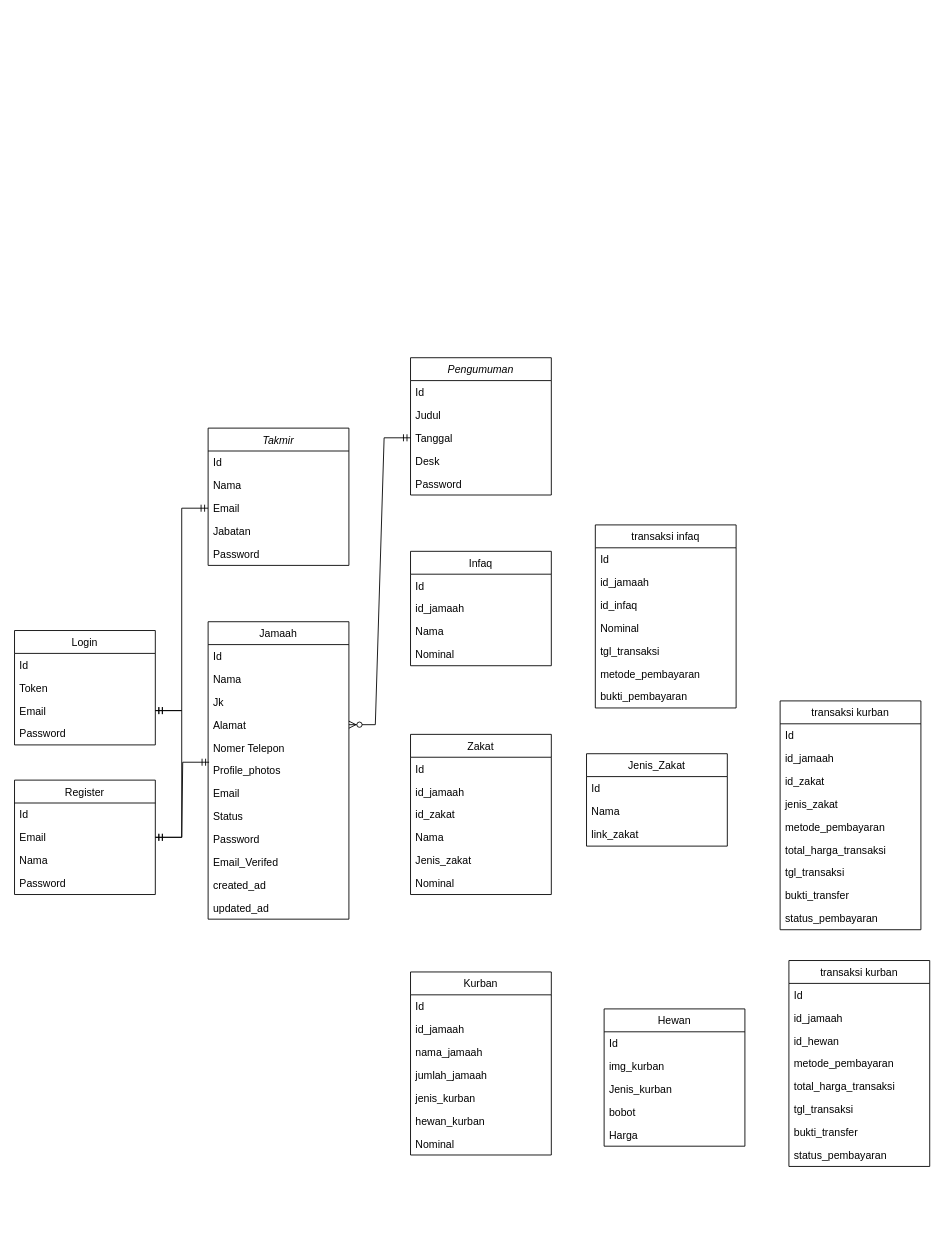
The draw.io diagram diagramMasjid.drawio in yudhawahyup27/Data, before the edit. Source tidied: cells renumbered, new cells numbered last; positions are measured from the earlier drawing's top-left corner, leaving out a move shared by most shapes. Both pictures are drawn from the tidied source at 88%, with x=0, y=0 at pixel (14, 357).
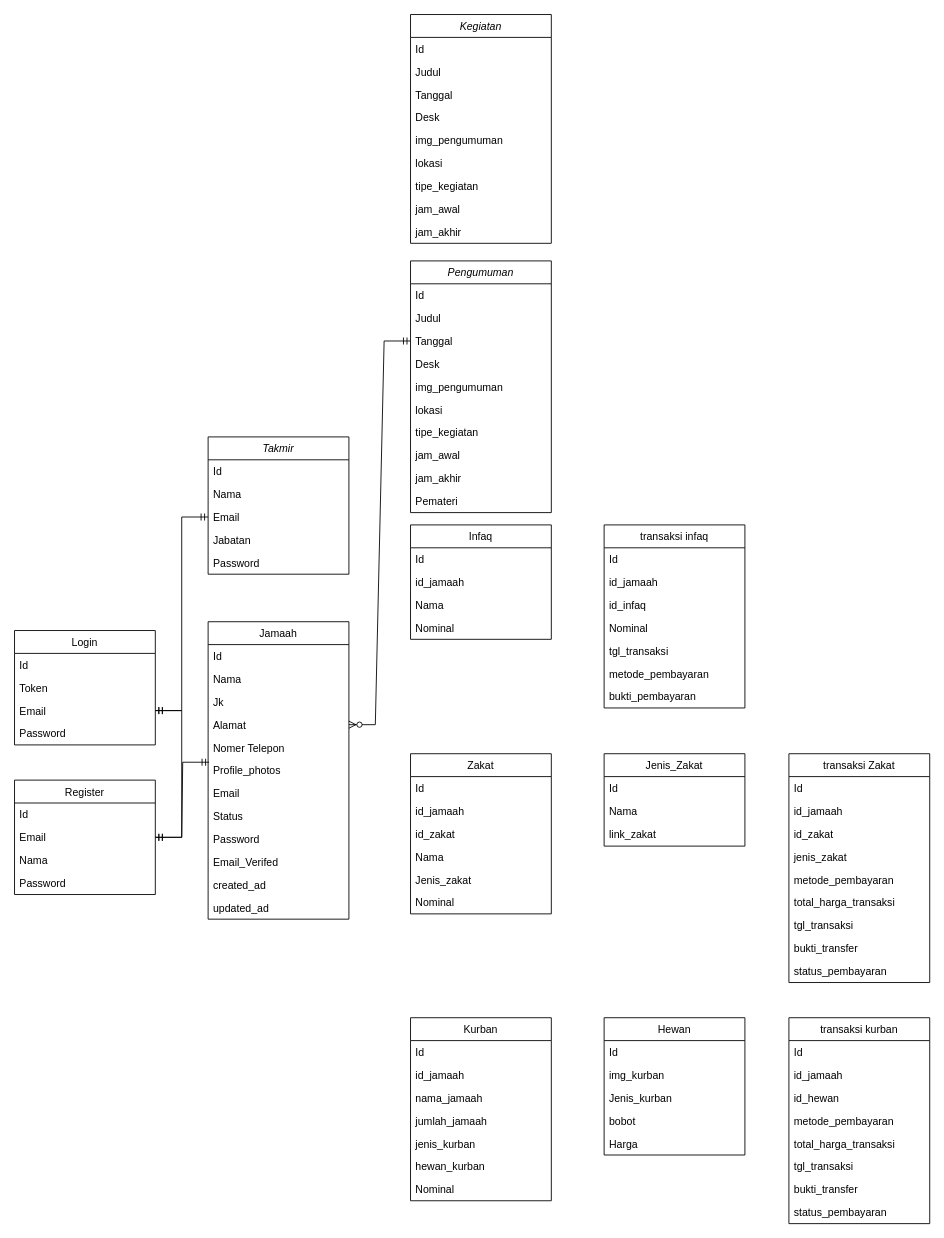
The same diagram, later.

The edit, as a diff of the source:
```diff
@@
     <mxCell id="2" value="Takmir" style="swimlane;fontStyle=2;align=center;verticalAlign=top;horizontal=1;startSize=26;rounded=0;shadow=0;strokeWidth=1;" parent="1" vertex="1">
-      <mxGeometry x="220" y="80" width="160" height="156" as="geometry" />
+      <mxGeometry x="220" y="90" width="160" height="156" as="geometry" />
     </mxCell>
@@
     <mxCell id="21" value="Infaq" style="swimlane;fontStyle=0;align=center;verticalAlign=top;horizontal=1;startSize=26;rounded=0;shadow=0;strokeWidth=1;" parent="1" vertex="1">
-      <mxGeometry x="450" y="220" width="160" height="130" as="geometry" />
+      <mxGeometry x="450" y="190" width="160" height="130" as="geometry" />
     </mxCell>
@@
     <mxCell id="26" value="Zakat" style="swimlane;fontStyle=0;align=center;verticalAlign=top;horizontal=1;startSize=26;rounded=0;shadow=0;strokeWidth=1;" parent="1" vertex="1">
-      <mxGeometry x="450" y="428" width="160" height="182" as="geometry" />
+      <mxGeometry x="450" y="450" width="160" height="182" as="geometry" />
     </mxCell>
@@
     <mxCell id="43" value="Jenis_Zakat" style="swimlane;fontStyle=0;align=center;verticalAlign=top;horizontal=1;startSize=26;rounded=0;shadow=0;strokeWidth=1;" parent="1" vertex="1">
-      <mxGeometry x="650" y="450" width="160" height="105" as="geometry" />
+      <mxGeometry x="670" y="450" width="160" height="105" as="geometry" />
     </mxCell>
@@
     <mxCell id="47" value="Kurban&#10;" style="swimlane;fontStyle=0;align=center;verticalAlign=top;horizontal=1;startSize=26;rounded=0;shadow=0;strokeWidth=1;" parent="1" vertex="1">
-      <mxGeometry x="450" y="698" width="160" height="208" as="geometry" />
+      <mxGeometry x="450" y="750" width="160" height="208" as="geometry" />
     </mxCell>
@@
     <mxCell id="55" value="Pengumuman" style="swimlane;fontStyle=2;align=center;verticalAlign=top;horizontal=1;startSize=26;rounded=0;shadow=0;strokeWidth=1;" parent="1" vertex="1">
-      <mxGeometry x="450" width="160" height="156" as="geometry" />
+      <mxGeometry x="450" y="-110" width="160" height="286" as="geometry" />
     </mxCell>
@@
-    <mxCell id="60" value="Password" style="text;align=left;verticalAlign=top;spacingLeft=4;spacingRight=4;overflow=hidden;rounded=0;shadow=0;html=0;" parent="55" vertex="1">
+    <mxCell id="60" value="img_pengumuman" style="text;align=left;verticalAlign=top;spacingLeft=4;spacingRight=4;overflow=hidden;rounded=0;shadow=0;html=0;" parent="55" vertex="1">
       <mxGeometry y="130" width="160" height="26" as="geometry" />
     </mxCell>
+    <mxCell id="98" value="lokasi" style="text;align=left;verticalAlign=top;spacingLeft=4;spacingRight=4;overflow=hidden;rounded=0;shadow=0;html=0;" parent="55" vertex="1">
+      <mxGeometry y="156" width="160" height="26" as="geometry" />
+    </mxCell>
+    <mxCell id="99" value="tipe_kegiatan" style="text;align=left;verticalAlign=top;spacingLeft=4;spacingRight=4;overflow=hidden;rounded=0;shadow=0;html=0;" parent="55" vertex="1">
+      <mxGeometry y="182" width="160" height="26" as="geometry" />
+    </mxCell>
+    <mxCell id="100" value="jam_awal" style="text;align=left;verticalAlign=top;spacingLeft=4;spacingRight=4;overflow=hidden;rounded=0;shadow=0;html=0;" parent="55" vertex="1">
+      <mxGeometry y="208" width="160" height="26" as="geometry" />
+    </mxCell>
+    <mxCell id="101" value="jam_akhir" style="text;align=left;verticalAlign=top;spacingLeft=4;spacingRight=4;overflow=hidden;rounded=0;shadow=0;html=0;" parent="55" vertex="1">
+      <mxGeometry y="234" width="160" height="26" as="geometry" />
+    </mxCell>
+    <mxCell id="102" value="Pemateri" style="text;align=left;verticalAlign=top;spacingLeft=4;spacingRight=4;overflow=hidden;rounded=0;shadow=0;html=0;" parent="55" vertex="1">
+      <mxGeometry y="260" width="160" height="26" as="geometry" />
+    </mxCell>
     <mxCell id="61" value="Hewan" style="swimlane;fontStyle=0;align=center;verticalAlign=top;horizontal=1;startSize=26;rounded=0;shadow=0;strokeWidth=1;" parent="1" vertex="1">
-      <mxGeometry x="670" y="740" width="160" height="156" as="geometry" />
+      <mxGeometry x="670" y="750" width="160" height="156" as="geometry" />
     </mxCell>
@@
     <mxCell id="67" value="transaksi kurban" style="swimlane;fontStyle=0;align=center;verticalAlign=top;horizontal=1;startSize=26;rounded=0;shadow=0;strokeWidth=1;" parent="1" vertex="1">
-      <mxGeometry x="880" y="685" width="160" height="234" as="geometry" />
+      <mxGeometry x="880" y="750" width="160" height="234" as="geometry" />
     </mxCell>
@@
-    <mxCell id="76" value="transaksi kurban" style="swimlane;fontStyle=0;align=center;verticalAlign=top;horizontal=1;startSize=26;rounded=0;shadow=0;strokeWidth=1;" parent="1" vertex="1">
-      <mxGeometry x="870" y="390" width="160" height="260" as="geometry" />
+    <mxCell id="76" value="transaksi Zakat&#10;" style="swimlane;fontStyle=0;align=center;verticalAlign=top;horizontal=1;startSize=26;rounded=0;shadow=0;strokeWidth=1;" parent="1" vertex="1">
+      <mxGeometry x="880" y="450" width="160" height="260" as="geometry" />
     </mxCell>
@@
     <mxCell id="90" value="transaksi infaq" style="swimlane;fontStyle=0;align=center;verticalAlign=top;horizontal=1;startSize=26;rounded=0;shadow=0;strokeWidth=1;" parent="1" vertex="1">
-      <mxGeometry x="660" y="190" width="160" height="208" as="geometry" />
+      <mxGeometry x="670" y="190" width="160" height="208" as="geometry" />
     </mxCell>
@@
+    <mxCell id="103" value="Kegiatan&#10;" style="swimlane;fontStyle=2;align=center;verticalAlign=top;horizontal=1;startSize=26;rounded=0;shadow=0;strokeWidth=1;" parent="1" vertex="1">
+      <mxGeometry x="450" y="-390" width="160" height="260" as="geometry" />
+    </mxCell>
+    <mxCell id="104" value="Id" style="text;align=left;verticalAlign=top;spacingLeft=4;spacingRight=4;overflow=hidden;" parent="103" vertex="1">
+      <mxGeometry y="26" width="160" height="26" as="geometry" />
+    </mxCell>
+    <mxCell id="105" value="Judul" style="text;align=left;verticalAlign=top;spacingLeft=4;spacingRight=4;overflow=hidden;rounded=0;shadow=0;html=0;" parent="103" vertex="1">
+      <mxGeometry y="52" width="160" height="26" as="geometry" />
+    </mxCell>
+    <mxCell id="106" value="Tanggal&#10;" style="text;align=left;verticalAlign=top;spacingLeft=4;spacingRight=4;overflow=hidden;rounded=0;shadow=0;html=0;" parent="103" vertex="1">
+      <mxGeometry y="78" width="160" height="26" as="geometry" />
+    </mxCell>
+    <mxCell id="107" value="Desk" style="text;align=left;verticalAlign=top;spacingLeft=4;spacingRight=4;overflow=hidden;rounded=0;shadow=0;html=0;" parent="103" vertex="1">
+      <mxGeometry y="104" width="160" height="26" as="geometry" />
+    </mxCell>
+    <mxCell id="108" value="img_pengumuman" style="text;align=left;verticalAlign=top;spacingLeft=4;spacingRight=4;overflow=hidden;rounded=0;shadow=0;html=0;" parent="103" vertex="1">
+      <mxGeometry y="130" width="160" height="26" as="geometry" />
+    </mxCell>
+    <mxCell id="109" value="lokasi" style="text;align=left;verticalAlign=top;spacingLeft=4;spacingRight=4;overflow=hidden;rounded=0;shadow=0;html=0;" parent="103" vertex="1">
+      <mxGeometry y="156" width="160" height="26" as="geometry" />
+    </mxCell>
+    <mxCell id="110" value="tipe_kegiatan" style="text;align=left;verticalAlign=top;spacingLeft=4;spacingRight=4;overflow=hidden;rounded=0;shadow=0;html=0;" parent="103" vertex="1">
+      <mxGeometry y="182" width="160" height="26" as="geometry" />
+    </mxCell>
+    <mxCell id="111" value="jam_awal" style="text;align=left;verticalAlign=top;spacingLeft=4;spacingRight=4;overflow=hidden;rounded=0;shadow=0;html=0;" parent="103" vertex="1">
+      <mxGeometry y="208" width="160" height="26" as="geometry" />
+    </mxCell>
+    <mxCell id="112" value="jam_akhir" style="text;align=left;verticalAlign=top;spacingLeft=4;spacingRight=4;overflow=hidden;rounded=0;shadow=0;html=0;" parent="103" vertex="1">
+      <mxGeometry y="234" width="160" height="26" as="geometry" />
+    </mxCell>
```
